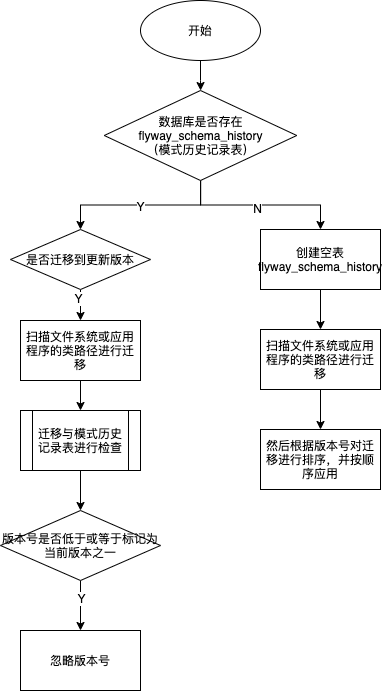
1065464173/draw-rep keeps this draw.io diagram as others/flyway.drawio.png. Above is the earlier version. Source tidied: cells renumbered, new cells last; positions are measured from the earlier drawing's top-left corner, leaving out a move shared by most shapes.
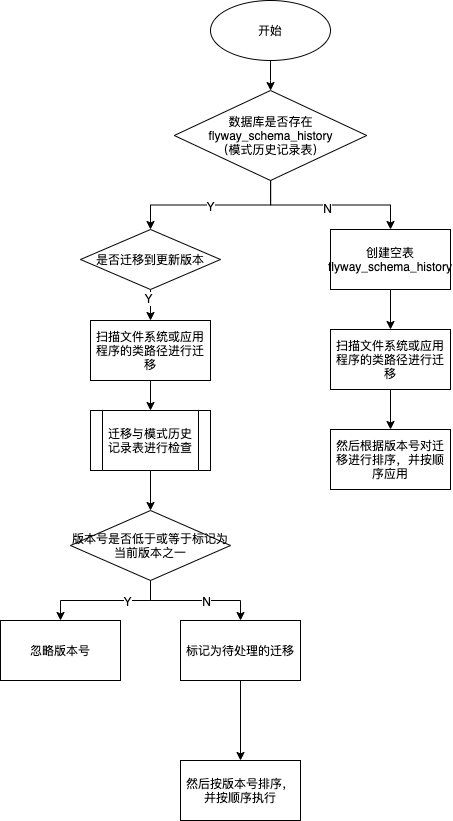
The same file after the commit.

What changed in the source:
```diff
@@ -65,11 +65,26 @@
     <mxCell id="22" value="Y" style="edgeLabel;html=1;align=center;verticalAlign=middle;" parent="21" vertex="1">
       <mxGeometry x="-0.32" relative="1" as="geometry" />
     </mxCell>
+    <mxCell id="25" style="edgeStyle=orthogonalEdgeStyle;rounded=0;jettySize=auto;html=1;" parent="1" edge="1" source="23" target="28">
+      <mxGeometry relative="1" as="geometry" />
+    </mxCell>
+    <mxCell id="26" value="N" style="edgeLabel;html=1;align=center;verticalAlign=middle;" parent="25" vertex="1">
+      <mxGeometry x="0.15" relative="1" as="geometry" />
+    </mxCell>
     <mxCell id="23" value="版本号是否低于或等于标记为当前版本之一" style="rhombus;whiteSpace=wrap;html=1;" parent="1" vertex="1">
       <mxGeometry y="510" width="160" height="70" as="geometry" />
     </mxCell>
     <mxCell id="24" value="忽略版本号" style="whiteSpace=wrap;html=1;" parent="1" vertex="1">
-      <mxGeometry x="20" y="630" width="120" height="60" as="geometry" />
+      <mxGeometry x="-70" y="620" width="120" height="60" as="geometry" />
     </mxCell>
+    <mxCell id="27" style="edgeStyle=orthogonalEdgeStyle;rounded=0;jettySize=auto;html=1;" parent="1" edge="1" source="28" target="29">
+      <mxGeometry relative="1" as="geometry" />
+    </mxCell>
+    <mxCell id="28" value="标记为待处理的迁移" style="whiteSpace=wrap;html=1;" parent="1" vertex="1">
+      <mxGeometry x="110" y="620" width="120" height="60" as="geometry" />
+    </mxCell>
+    <mxCell id="29" value="然后按版本号排序，并按顺序执行" style="whiteSpace=wrap;html=1;" parent="1" vertex="1">
+      <mxGeometry x="110" y="760" width="120" height="60" as="geometry" />
+    </mxCell>
   </root>
 </mxGraphModel>
```
